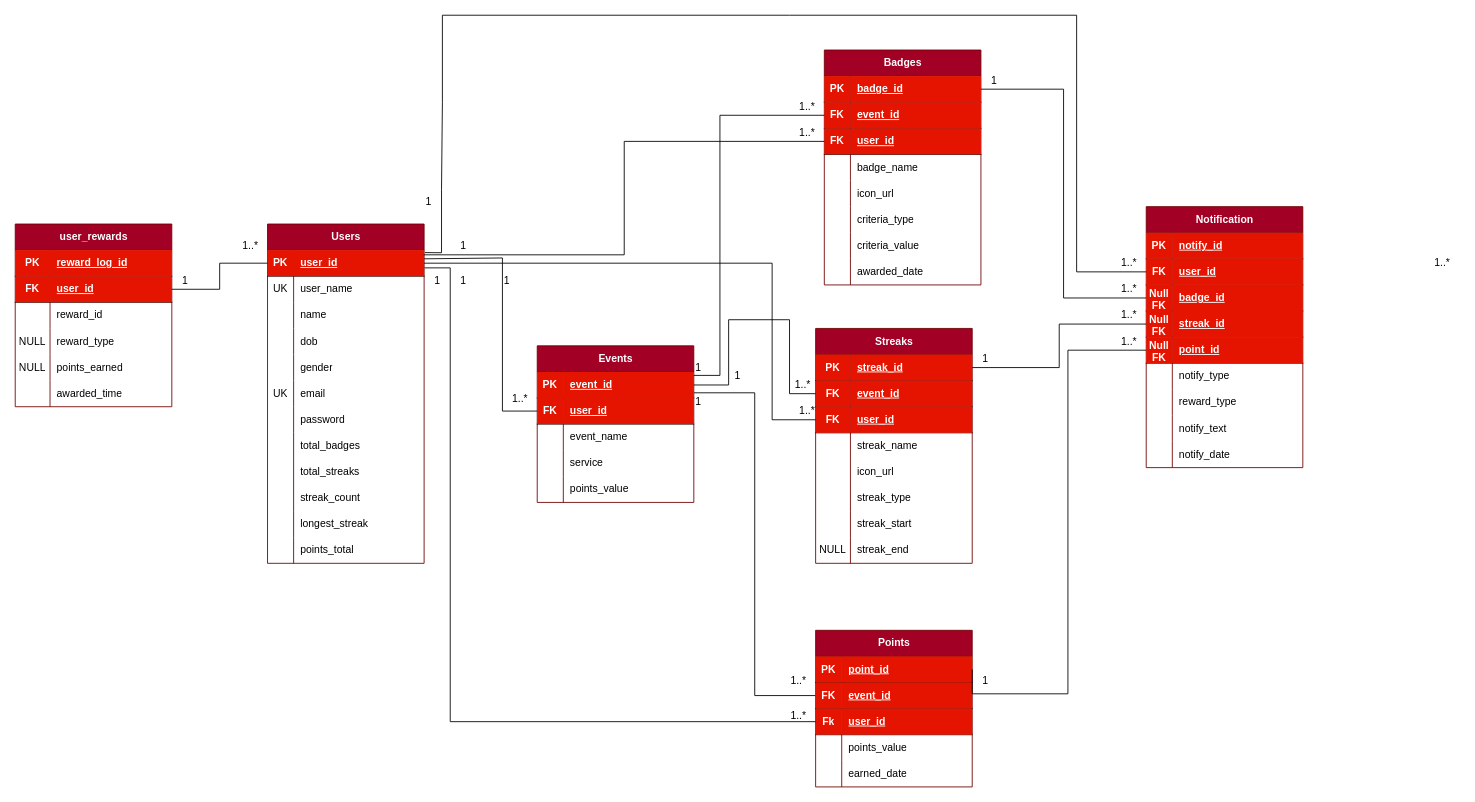
Earlier version of the draw.io diagram ERD Software Design Document.drawio (Sky-monster/Diagrams). Source tidied: cells renumbered, new cells numbered last; positions are measured from the earlier drawing's top-left corner, leaving out a move shared by most shapes. Both pictures are drawn from the tidied source at 87%, with x=0, y=0 at pixel (15, 15).
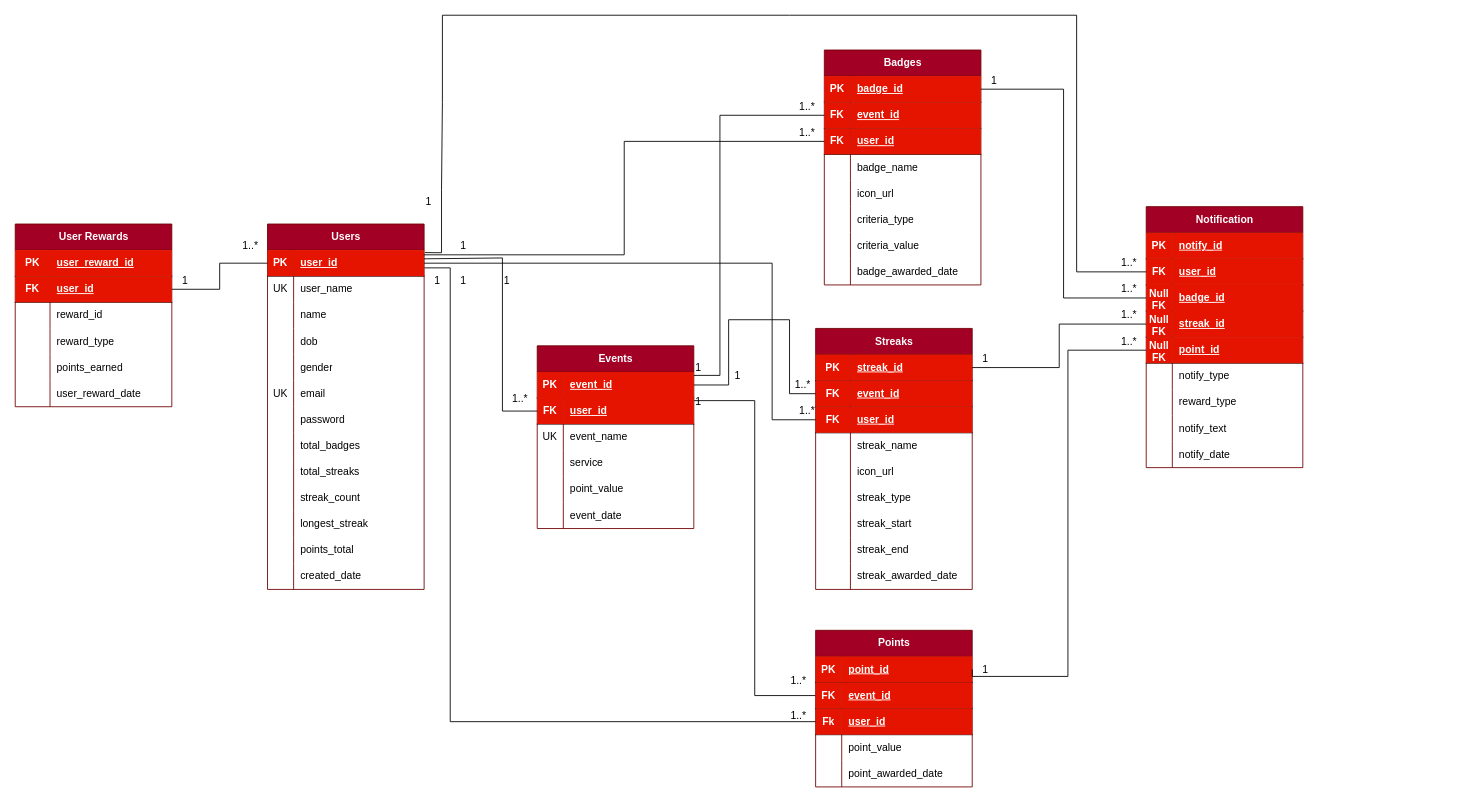
Above is the later version.

The change refers to these unchanged cells:
```xml
<mxCell id="61" style="shape=tableRow;horizontal=0;startSize=0;swimlaneHead=0;swimlaneBody=0;fillColor=none;top=0;left=0;right=0;bottom=0;" parent="39" vertex="1">
  <mxGeometry y="240" width="180" height="30" as="geometry" />
</mxCell>
<mxCell id="65" style="shape=tableRow;horizontal=0;startSize=0;swimlaneHead=0;swimlaneBody=0;fillColor=none;top=0;left=0;right=0;bottom=1;" parent="64" vertex="1">
  <mxGeometry y="30" width="180" height="30" as="geometry" />
</mxCell>
<mxCell id="74" style="shape=tableRow;horizontal=0;startSize=0;swimlaneHead=0;swimlaneBody=0;fillColor=none;top=0;left=0;right=0;bottom=0;" parent="64" vertex="1">
  <mxGeometry y="120" width="180" height="30" as="geometry" />
</mxCell>
<mxCell id="77" style="shape=tableRow;horizontal=0;startSize=0;swimlaneHead=0;swimlaneBody=0;fillColor=none;top=0;left=0;right=0;bottom=0;" parent="64" vertex="1">
  <mxGeometry y="150" width="180" height="30" as="geometry" />
</mxCell>
<mxCell id="80" style="shape=tableRow;horizontal=0;startSize=0;swimlaneHead=0;swimlaneBody=0;fillColor=none;top=0;left=0;right=0;bottom=0;" parent="64" vertex="1">
  <mxGeometry y="180" width="180" height="30" as="geometry" />
</mxCell>
<mxCell id="96" style="shape=tableRow;horizontal=0;startSize=0;swimlaneHead=0;swimlaneBody=0;fillColor=none;points=[[0,0.5],[1,0.5]];portConstraint=eastwest;top=0;left=0;right=0;bottom=1;" parent="83" vertex="1">
  <mxGeometry y="150" width="180" height="30" as="geometry" />
</mxCell>
<mxCell id="133" style="shape=tableRow;horizontal=0;startSize=0;swimlaneHead=0;swimlaneBody=0;fillColor=none;top=0;left=0;right=0;bottom=0;" parent="111" vertex="1">
  <mxGeometry y="240" width="180" height="30" as="geometry" />
</mxCell>
<mxCell id="144" style="shape=tableRow;horizontal=0;startSize=0;swimlaneHead=0;swimlaneBody=0;fillColor=none;top=0;left=0;right=0;bottom=0;" parent="137" vertex="1">
  <mxGeometry y="90" width="180" height="30" as="geometry" />
</mxCell>
<mxCell id="150" style="shape=tableRow;horizontal=0;startSize=0;swimlaneHead=0;swimlaneBody=0;fillColor=none;top=0;left=0;right=0;bottom=0;" parent="137" vertex="1">
  <mxGeometry y="150" width="180" height="30" as="geometry" />
</mxCell>
<mxCell id="154" style="shape=tableRow;horizontal=0;startSize=0;swimlaneHead=0;swimlaneBody=0;fillColor=none;points=[[0,0.5],[1,0.5]];portConstraint=eastwest;top=0;left=0;right=0;bottom=1;" parent="153" vertex="1">
  <mxGeometry y="30" width="180" height="30" as="geometry" />
</mxCell>
<mxCell id="163" style="shape=tableRow;horizontal=0;startSize=0;swimlaneHead=0;swimlaneBody=0;fillColor=none;top=0;left=0;right=0;bottom=0;" parent="153" vertex="1">
  <mxGeometry y="120" width="180" height="30" as="geometry" />
</mxCell>
<mxCell id="166" style="shape=tableRow;horizontal=0;startSize=0;swimlaneHead=0;swimlaneBody=0;fillColor=none;top=0;left=0;right=0;bottom=0;" parent="153" vertex="1">
  <mxGeometry y="150" width="180" height="30" as="geometry" />
</mxCell>
```

Diff of the diagram source:
```diff
@@
     <mxCell id="2" value="Users" style="shape=table;startSize=30;childLayout=tableLayout;rowLines=0;fontStyle=1;align=center;html=1;fillColor=#a20025;fontColor=#ffffff;strokeColor=#6F0000;fontFamily=Arial;" parent="1" vertex="1">
-      <mxGeometry x="290" y="240" width="180" height="390" as="geometry" />
+      <mxGeometry x="290" y="240" width="180" height="420" as="geometry" />
     </mxCell>
@@
+    <mxCell id="205" style="shape=tableRow;horizontal=0;startSize=0;swimlaneHead=0;swimlaneBody=0;fillColor=none;top=0;left=0;right=0;bottom=0;" parent="2" vertex="1">
+      <mxGeometry y="390" width="180" height="30" as="geometry" />
+    </mxCell>
+    <mxCell id="206" style="shape=partialRectangle;fillColor=none;top=0;left=0;bottom=0;right=0;overflow=hidden;whiteSpace=wrap;html=1;fontFamily=Arial;" parent="205" vertex="1">
+      <mxGeometry width="30" height="30" as="geometry" />
+    </mxCell>
+    <mxCell id="207" value="created_date" style="shape=partialRectangle;fillColor=none;top=0;left=0;bottom=0;right=0;align=left;spacingLeft=6;overflow=hidden;whiteSpace=wrap;html=1;fontFamily=Arial;" parent="205" vertex="1">
+      <mxGeometry x="30" width="150" height="30" as="geometry" />
+    </mxCell>
@@
-    <mxCell id="63" value="awarded_date" style="shape=partialRectangle;fillColor=none;top=0;left=0;bottom=0;right=0;align=left;spacingLeft=6;overflow=hidden;whiteSpace=wrap;html=1;fontFamily=Arial;" parent="61" vertex="1">
+    <mxCell id="63" value="badge_awarded_date" style="shape=partialRectangle;fillColor=none;top=0;left=0;bottom=0;right=0;align=left;spacingLeft=6;overflow=hidden;whiteSpace=wrap;html=1;fontFamily=Arial;" parent="61" vertex="1">
       <mxGeometry x="30" width="150" height="30" as="geometry" />
     </mxCell>
-    <mxCell id="64" value="user_rewards" style="shape=table;startSize=30;childLayout=tableLayout;rowLines=0;fontStyle=1;align=center;html=1;fillColor=#a20025;fontColor=#ffffff;strokeColor=#6F0000;fontFamily=Arial;" parent="1" vertex="1">
+    <mxCell id="64" value="User Rewards" style="shape=table;startSize=30;childLayout=tableLayout;rowLines=0;fontStyle=1;align=center;html=1;fillColor=#a20025;fontColor=#ffffff;strokeColor=#6F0000;fontFamily=Arial;" parent="1" vertex="1">
       <mxGeometry y="240" width="180" height="210" as="geometry" />
     </mxCell>
@@
-    <mxCell id="67" value="reward_log_id" style="shape=partialRectangle;fillColor=#e51400;top=0;left=0;bottom=0;right=0;align=left;spacingLeft=6;fontStyle=5;overflow=hidden;whiteSpace=wrap;html=1;fontColor=#ffffff;strokeColor=#B20000;fontFamily=Arial;" parent="65" vertex="1">
+    <mxCell id="67" value="user_reward_id" style="shape=partialRectangle;fillColor=#e51400;top=0;left=0;bottom=0;right=0;align=left;spacingLeft=6;fontStyle=5;overflow=hidden;whiteSpace=wrap;html=1;fontColor=#ffffff;strokeColor=#B20000;fontFamily=Arial;" parent="65" vertex="1">
       <mxGeometry x="40" width="140" height="30" as="geometry" />
     </mxCell>
@@
-    <mxCell id="75" value="NULL" style="shape=partialRectangle;fillColor=none;top=0;left=0;bottom=0;right=0;overflow=hidden;whiteSpace=wrap;html=1;fontFamily=Arial;" parent="74" vertex="1">
+    <mxCell id="75" style="shape=partialRectangle;fillColor=none;top=0;left=0;bottom=0;right=0;overflow=hidden;whiteSpace=wrap;html=1;fontFamily=Arial;" parent="74" vertex="1">
       <mxGeometry width="40" height="30" as="geometry" />
     </mxCell>
@@
-    <mxCell id="78" value="NULL" style="shape=partialRectangle;fillColor=none;top=0;left=0;bottom=0;right=0;overflow=hidden;whiteSpace=wrap;html=1;fontFamily=Arial;" parent="77" vertex="1">
+    <mxCell id="78" style="shape=partialRectangle;fillColor=none;top=0;left=0;bottom=0;right=0;overflow=hidden;whiteSpace=wrap;html=1;fontFamily=Arial;" parent="77" vertex="1">
       <mxGeometry width="40" height="30" as="geometry" />
     </mxCell>
@@
-    <mxCell id="82" value="awarded_time" style="shape=partialRectangle;fillColor=none;top=0;left=0;bottom=0;right=0;align=left;spacingLeft=6;overflow=hidden;whiteSpace=wrap;html=1;fontFamily=Arial;" parent="80" vertex="1">
+    <mxCell id="82" value="user_reward_date" style="shape=partialRectangle;fillColor=none;top=0;left=0;bottom=0;right=0;align=left;spacingLeft=6;overflow=hidden;whiteSpace=wrap;html=1;fontFamily=Arial;" parent="80" vertex="1">
       <mxGeometry x="40" width="140" height="30" as="geometry" />
     </mxCell>
@@
     <mxCell id="111" value="Streaks" style="shape=table;startSize=30;childLayout=tableLayout;rowLines=0;fontStyle=1;align=center;html=1;fillColor=#a20025;fontColor=#ffffff;strokeColor=#6F0000;fontFamily=Arial;" parent="1" vertex="1">
-      <mxGeometry x="920" y="360" width="180" height="270" as="geometry" />
+      <mxGeometry x="920" y="360" width="180" height="300" as="geometry" />
     </mxCell>
@@
-    <mxCell id="134" value="NULL" style="shape=partialRectangle;fillColor=none;top=0;left=0;bottom=0;right=0;overflow=hidden;whiteSpace=wrap;html=1;fontFamily=Arial;" parent="133" vertex="1">
+    <mxCell id="134" style="shape=partialRectangle;fillColor=none;top=0;left=0;bottom=0;right=0;overflow=hidden;whiteSpace=wrap;html=1;fontFamily=Arial;" parent="133" vertex="1">
       <mxGeometry width="40" height="30" as="geometry" />
     </mxCell>
@@
+    <mxCell id="208" style="shape=tableRow;horizontal=0;startSize=0;swimlaneHead=0;swimlaneBody=0;fillColor=none;top=0;left=0;right=0;bottom=0;" parent="111" vertex="1">
+      <mxGeometry y="270" width="180" height="30" as="geometry" />
+    </mxCell>
+    <mxCell id="209" style="shape=partialRectangle;fillColor=none;top=0;left=0;bottom=0;right=0;overflow=hidden;whiteSpace=wrap;html=1;fontFamily=Arial;" parent="208" vertex="1">
+      <mxGeometry width="40" height="30" as="geometry" />
+    </mxCell>
+    <mxCell id="210" value="streak_awarded_date" style="shape=partialRectangle;fillColor=none;top=0;left=0;bottom=0;right=0;align=left;spacingLeft=6;overflow=hidden;whiteSpace=wrap;html=1;fontFamily=Arial;" parent="208" vertex="1">
+      <mxGeometry x="40" width="140" height="30" as="geometry" />
+    </mxCell>
@@
     <mxCell id="137" value="Events" style="shape=table;startSize=30;childLayout=tableLayout;rowLines=0;fontStyle=1;align=center;html=1;fillColor=#a20025;fontColor=#ffffff;strokeColor=#6F0000;fontFamily=Arial;points=[[0,0,0,0,0],[0,0.25,0,0,0],[0,0.5,0,0,0],[0,0.75,0,0,0],[0,1,0,0,0],[0.25,0,0,0,0],[0.25,1,0,0,0],[0.5,0,0,0,0],[0.5,1,0,0,0],[0.75,0,0,0,0],[0.75,1,0,0,0],[1,0,0,0,0],[1,0.2,0,0,0],[1,0.25,0,0,0],[1,0.3,0,0,0],[1,0.5,0,0,0],[1,0.75,0,0,0],[1,1,0,0,0]];" parent="1" vertex="1">
-      <mxGeometry x="600" y="380" width="180" height="180" as="geometry" />
+      <mxGeometry x="600" y="380" width="180" height="210" as="geometry" />
     </mxCell>
@@
-    <mxCell id="145" style="shape=partialRectangle;fillColor=none;top=0;left=0;bottom=0;right=0;overflow=hidden;whiteSpace=wrap;html=1;fontFamily=Arial;" parent="144" vertex="1">
+    <mxCell id="145" value="UK" style="shape=partialRectangle;fillColor=none;top=0;left=0;bottom=0;right=0;overflow=hidden;whiteSpace=wrap;html=1;fontFamily=Arial;" parent="144" vertex="1">
       <mxGeometry width="30" height="30" as="geometry" />
     </mxCell>
@@
-    <mxCell id="152" value="points_value" style="shape=partialRectangle;fillColor=none;top=0;left=0;bottom=0;right=0;align=left;spacingLeft=6;overflow=hidden;whiteSpace=wrap;html=1;fontFamily=Arial;" parent="150" vertex="1">
+    <mxCell id="152" value="point_value" style="shape=partialRectangle;fillColor=none;top=0;left=0;bottom=0;right=0;align=left;spacingLeft=6;overflow=hidden;whiteSpace=wrap;html=1;fontFamily=Arial;" parent="150" vertex="1">
       <mxGeometry x="30" width="150" height="30" as="geometry" />
     </mxCell>
+    <mxCell id="211" style="shape=tableRow;horizontal=0;startSize=0;swimlaneHead=0;swimlaneBody=0;fillColor=none;top=0;left=0;right=0;bottom=0;" parent="137" vertex="1">
+      <mxGeometry y="180" width="180" height="30" as="geometry" />
+    </mxCell>
+    <mxCell id="212" style="shape=partialRectangle;fillColor=none;top=0;left=0;bottom=0;right=0;overflow=hidden;whiteSpace=wrap;html=1;fontFamily=Arial;" parent="211" vertex="1">
+      <mxGeometry width="30" height="30" as="geometry" />
+    </mxCell>
+    <mxCell id="213" value="event_date" style="shape=partialRectangle;fillColor=none;top=0;left=0;bottom=0;right=0;align=left;spacingLeft=6;overflow=hidden;whiteSpace=wrap;html=1;fontFamily=Arial;" parent="211" vertex="1">
+      <mxGeometry x="30" width="150" height="30" as="geometry" />
+    </mxCell>
@@
-    <mxCell id="165" value="points_value" style="shape=partialRectangle;fillColor=none;top=0;left=0;bottom=0;right=0;align=left;spacingLeft=6;overflow=hidden;whiteSpace=wrap;html=1;fontFamily=Arial;" parent="163" vertex="1">
+    <mxCell id="165" value="point_value" style="shape=partialRectangle;fillColor=none;top=0;left=0;bottom=0;right=0;align=left;spacingLeft=6;overflow=hidden;whiteSpace=wrap;html=1;fontFamily=Arial;" parent="163" vertex="1">
       <mxGeometry x="30" width="150" height="30" as="geometry" />
     </mxCell>
@@
-    <mxCell id="168" value="earned_date" style="shape=partialRectangle;fillColor=none;top=0;left=0;bottom=0;right=0;align=left;spacingLeft=6;overflow=hidden;whiteSpace=wrap;html=1;fontFamily=Arial;" parent="166" vertex="1">
+    <mxCell id="168" value="point_awarded_date" style="shape=partialRectangle;fillColor=none;top=0;left=0;bottom=0;right=0;align=left;spacingLeft=6;overflow=hidden;whiteSpace=wrap;html=1;fontFamily=Arial;" parent="166" vertex="1">
       <mxGeometry x="30" width="150" height="30" as="geometry" />
     </mxCell>
@@
-    <mxCell id="172" value="1..*" style="text;html=1;align=center;verticalAlign=middle;strokeColor=none;fillColor=none;" parent="1" vertex="1">
-      <mxGeometry x="1620" y="270" width="40" height="30" as="geometry" />
-    </mxCell>
@@
     <mxCell id="178" style="edgeStyle=orthogonalEdgeStyle;rounded=0;jettySize=auto;html=1;entryX=0;entryY=0.5;entryDx=0;entryDy=0;endArrow=none;endFill=0;exitX=1;exitY=0.5;exitDx=0;exitDy=0;" parent="1" edge="1" source="154" target="96">
       <mxGeometry relative="1" as="geometry">
         <Array as="points">
-          <mxPoint x="1100" y="780" />
-          <mxPoint x="1210" y="780" />
+          <mxPoint x="1100" y="760" />
+          <mxPoint x="1210" y="760" />
           <mxPoint x="1210" y="385" />
         </Array>
       </mxGeometry>
     </mxCell>
@@
     <mxCell id="180" value="1" style="text;html=1;align=center;verticalAlign=middle;strokeColor=none;fillColor=none;" parent="1" vertex="1">
-      <mxGeometry x="1100" y="750" width="30" height="30" as="geometry" />
+      <mxGeometry x="1100" y="737" width="30" height="30" as="geometry" />
     </mxCell>
```
